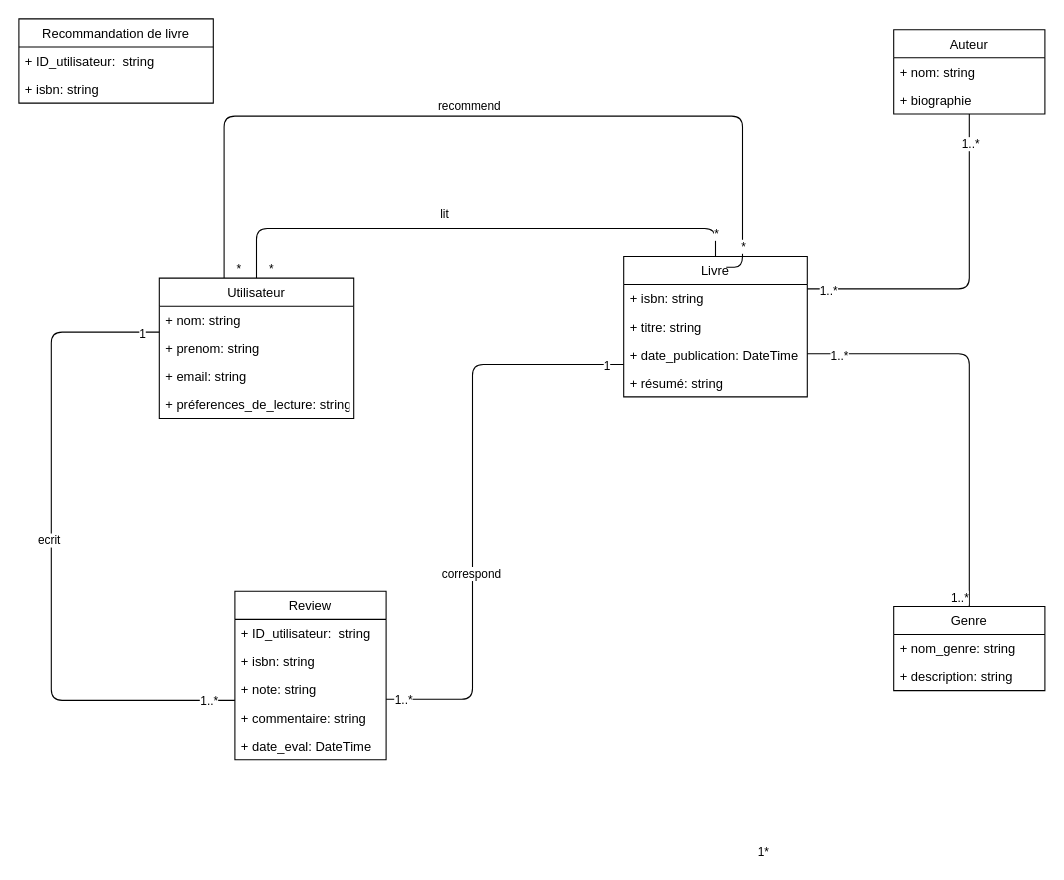
The draw.io diagram Documentation/Testlivres.drawio in ferreiracvitoria/Symfony_projet_WAD23, before the edit. Source tidied: cells renumbered, new cells numbered last; positions are measured from the earlier drawing's top-left corner, leaving out a move shared by most shapes. Both pictures are drawn from the tidied source at 108%, with x=0, y=0 at pixel (18, 18).
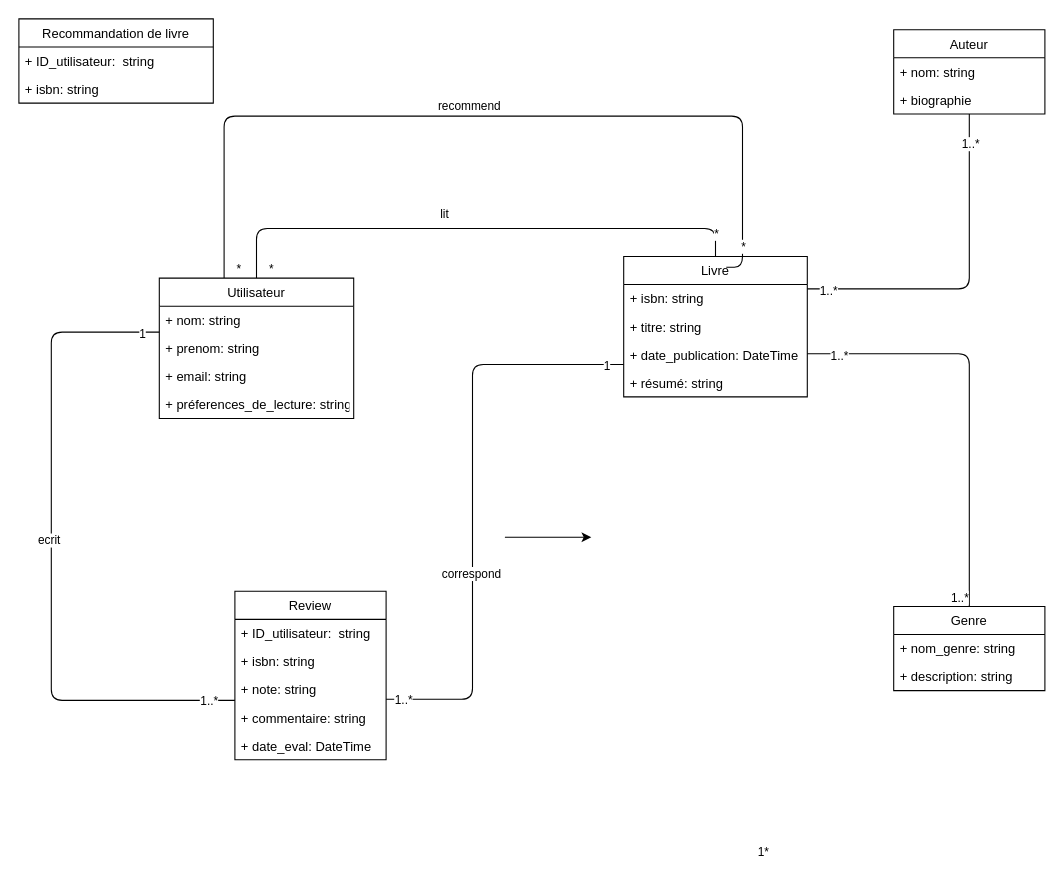
After the change.

What changed in the source:
```diff
@@
+    <mxCell id="50" style="edgeStyle=none;orthogonalLoop=1;jettySize=auto;html=1;" parent="1" edge="1">
+      <mxGeometry relative="1" as="geometry">
+        <mxPoint x="450" y="480" as="sourcePoint" />
+        <mxPoint x="530" y="480" as="targetPoint" />
+      </mxGeometry>
+    </mxCell>
```
